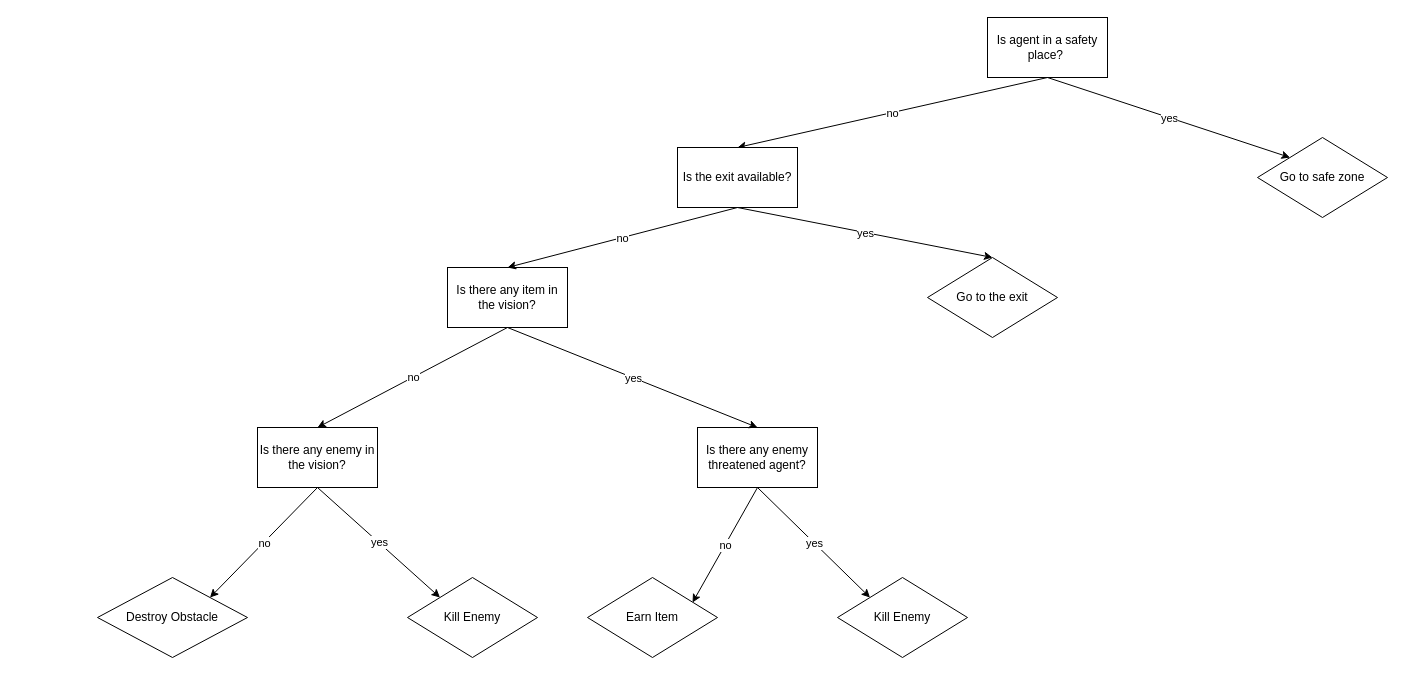
Above: src/main/java/uet/gryffindor/game/movement/descision.drawio in hoang1007/bomberman (draw.io), before the change. Source tidied: cells renumbered, new cells numbered last; positions are measured from the earlier drawing's top-left corner, leaving out a move shared by most shapes. Both pictures are drawn from the tidied source at 100%, with x=0, y=0 at pixel (97, 17).
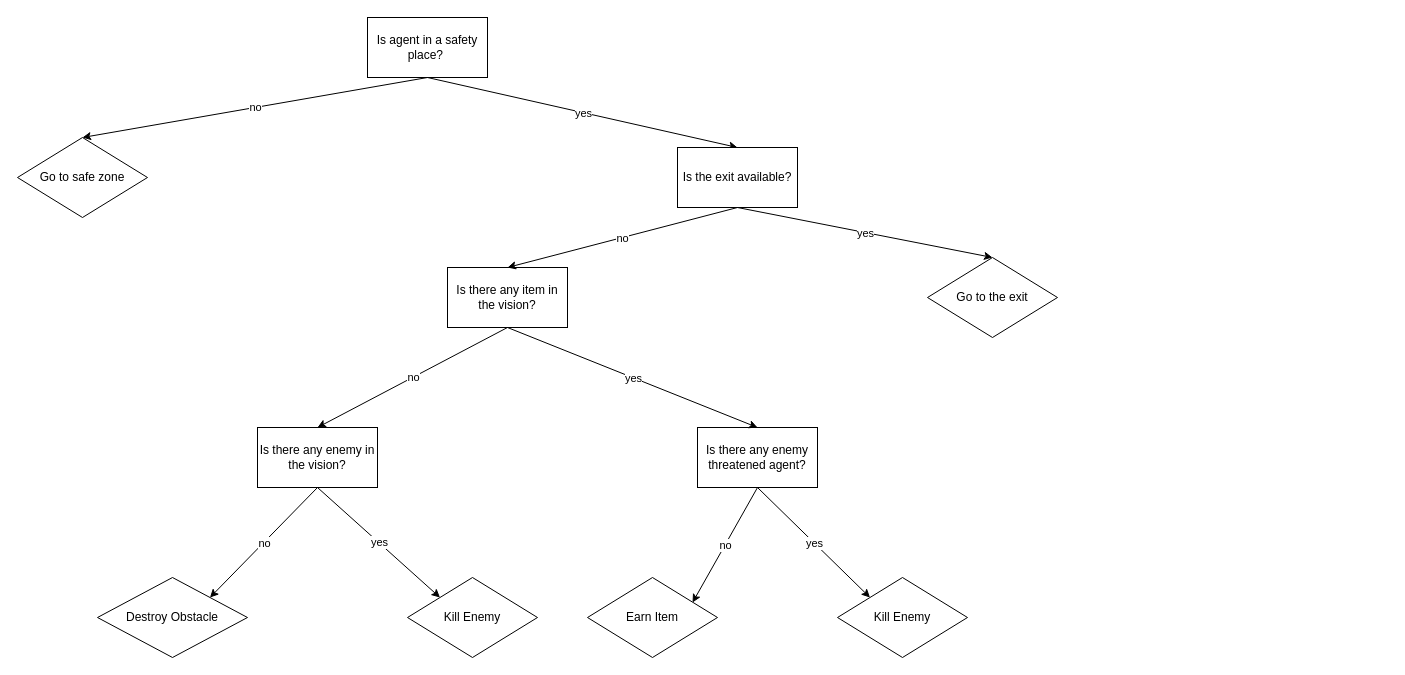
The same diagram, later.

The change refers to these unchanged cells:
```xml
<mxCell id="7" style="endArrow=classic;html=1;exitX=0.5;exitY=1;exitDx=0;exitDy=0;entryX=0.5;entryY=0;entryDx=0;entryDy=0;" parent="1" edge="1" source="2" target="27">
  <mxGeometry relative="1" as="geometry" />
</mxCell>
```

The edit, as a diff of the source:
```diff
@@
     <mxCell id="2" value="Is agent in a safety place?&amp;nbsp;" style="rounded=0;whiteSpace=wrap;html=1;" parent="1" vertex="1">
-      <mxGeometry x="890" width="120" height="60" as="geometry" />
+      <mxGeometry x="270" width="120" height="60" as="geometry" />
     </mxCell>
     <mxCell id="3" value="Go to safe zone" style="rhombus;whiteSpace=wrap;html=1;" parent="1" vertex="1">
-      <mxGeometry x="1160" y="120" width="130" height="80" as="geometry" />
+      <mxGeometry x="-80" y="120" width="130" height="80" as="geometry" />
     </mxCell>
-    <mxCell id="4" style="endArrow=classic;html=1;entryX=0;entryY=0;entryDx=0;entryDy=0;exitX=0.5;exitY=1;exitDx=0;exitDy=0;" parent="1" edge="1" source="2" target="3">
+    <mxCell id="4" style="endArrow=classic;html=1;entryX=0.5;entryY=0;entryDx=0;entryDy=0;exitX=0.5;exitY=1;exitDx=0;exitDy=0;" parent="1" edge="1" source="2" target="3">
       <mxGeometry relative="1" as="geometry" />
     </mxCell>
-    <mxCell id="5" value="yes" style="edgeLabel;html=1;align=center;verticalAlign=middle;" parent="4" vertex="1">
+    <mxCell id="5" value="no" style="edgeLabel;html=1;align=center;verticalAlign=middle;" parent="4" vertex="1">
       <mxGeometry relative="1" as="geometry" />
     </mxCell>
@@
-    <mxCell id="8" value="no" style="edgeLabel;html=1;align=center;verticalAlign=middle;" parent="7" vertex="1">
+    <mxCell id="8" value="yes" style="edgeLabel;html=1;align=center;verticalAlign=middle;" parent="7" vertex="1">
       <mxGeometry relative="1" as="geometry" />
     </mxCell>
```
